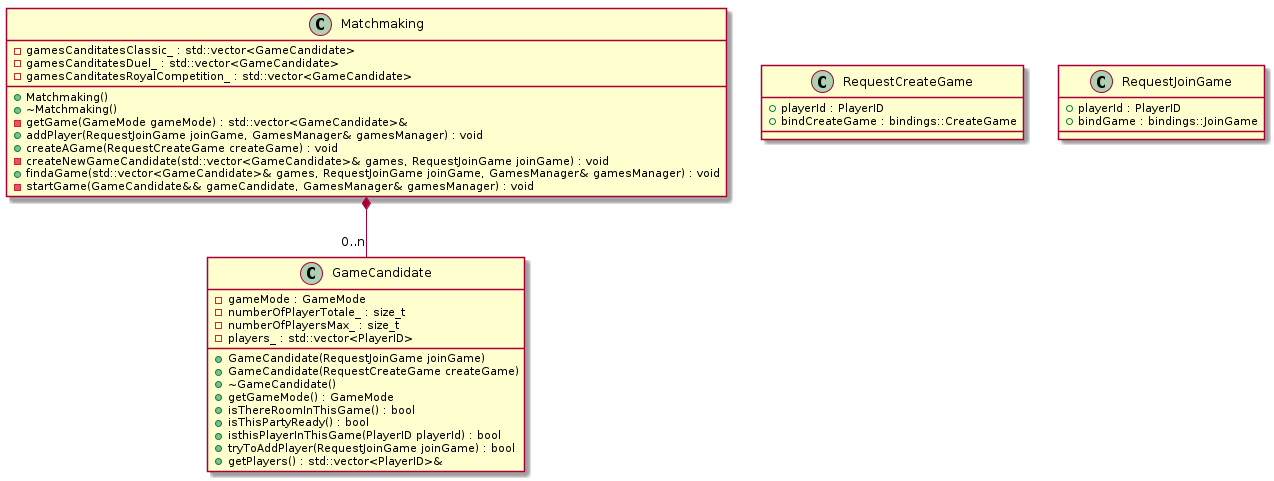
Before: res/uml/class/MatchMakingClass.png, a diagram exported from PlantUML (ulb-info2-group5/Royal-Blocks). Its source is kept beside it as doc/uml/class/server/MatchMakingClass.plantuml.
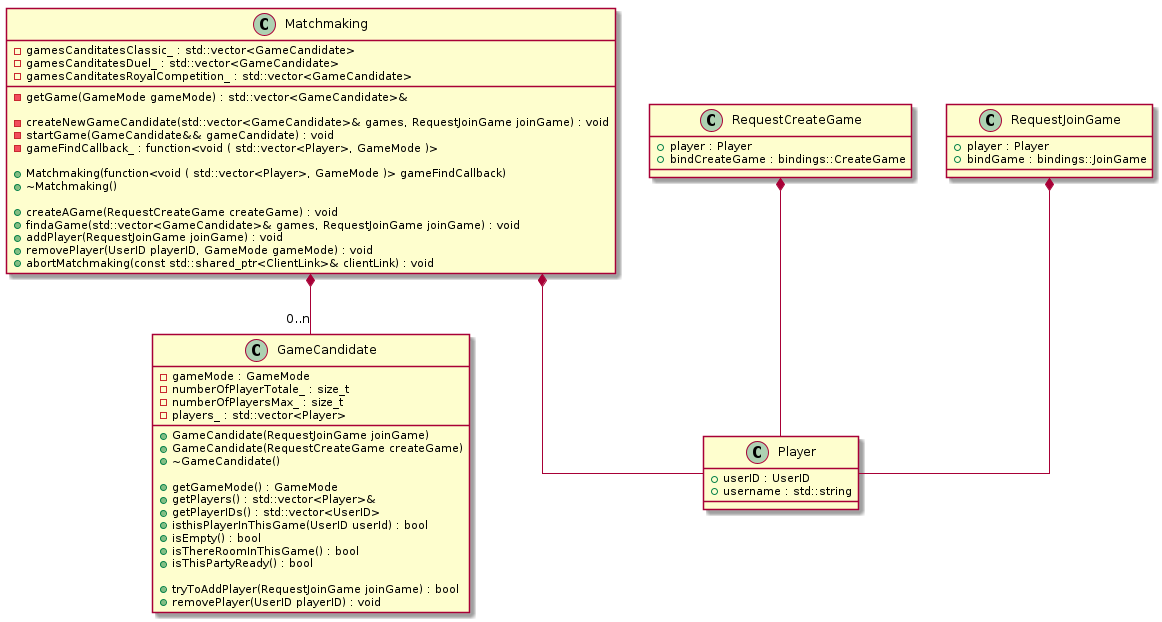
Above is the later version.

The edit, as a diff of the source:
```diff
@@ -3,45 +3,71 @@
 skinparam linetype ortho
 
 class Matchmaking {
-	+Matchmaking()
-	+~Matchmaking()
 	-gamesCanditatesClassic_ : std::vector<GameCandidate>
 	-gamesCanditatesDuel_ : std::vector<GameCandidate>
 	-gamesCanditatesRoyalCompetition_ : std::vector<GameCandidate>
+
 	-getGame(GameMode gameMode) : std::vector<GameCandidate>&
-	+addPlayer(RequestJoinGame joinGame, GamesManager& gamesManager) : void
+
+	-createNewGameCandidate(std::vector<GameCandidate>& games, RequestJoinGame joinGame) : void
+	-startGame(GameCandidate&& gameCandidate) : void
+	-gameFindCallback_ : function<void ( std::vector<Player>, GameMode )>
+
+	+Matchmaking(function<void ( std::vector<Player>, GameMode )> gameFindCallback)
+	+~Matchmaking()
+
 	+createAGame(RequestCreateGame createGame) : void
-	-createNewGameCandidate(std::vector<GameCandidate>& games, RequestJoinGame joinGame) : void
-	+findaGame(std::vector<GameCandidate>& games, RequestJoinGame joinGame, GamesManager& gamesManager) : void
-	-startGame(GameCandidate&& gameCandidate, GamesManager& gamesManager) : void
+	+findaGame(std::vector<GameCandidate>& games, RequestJoinGame joinGame) : void
+	+addPlayer(RequestJoinGame joinGame) : void
+	+removePlayer(UserID playerID, GameMode gameMode) : void
+	+abortMatchmaking(const std::shared_ptr<ClientLink>& clientLink) : void
 }
 
+
 class GameCandidate {
+	-gameMode : GameMode
+	-numberOfPlayerTotale_ : size_t
+	-numberOfPlayersMax_ : size_t
+	-players_ : std::vector<Player>
+
 	+GameCandidate(RequestJoinGame joinGame)
 	+GameCandidate(RequestCreateGame createGame)
 	+~GameCandidate()
-	-gameMode : GameMode
+
 	+getGameMode() : GameMode
+	+getPlayers() : std::vector<Player>&
+	+getPlayerIDs() : std::vector<UserID>
+	+isthisPlayerInThisGame(UserID userId) : bool
+	+isEmpty() : bool
 	+isThereRoomInThisGame() : bool
 	+isThisPartyReady() : bool
-	+isthisPlayerInThisGame(PlayerID playerId) : bool
+
 	+tryToAddPlayer(RequestJoinGame joinGame) : bool
-	-numberOfPlayerTotale_ : size_t
-	-numberOfPlayersMax_ : size_t
-	-players_ : std::vector<PlayerID>
-	+getPlayers() : std::vector<PlayerID>&
+	+removePlayer(UserID playerID) : void
+}
+
+class Player {
+	+userID : UserID
+	+username : std::string
 }
 
 class RequestCreateGame {
-	+playerId : PlayerID
+	+player : Player
 	+bindCreateGame : bindings::CreateGame
 }
 
 
 class RequestJoinGame {
-	+playerId : PlayerID
+	+player : Player
 	+bindGame : bindings::JoinGame
 }
 
 Matchmaking *-- "0..n" GameCandidate
+
+Matchmaking *-- Player
+
+RequestCreateGame *-- Player
+
+RequestJoinGame *-- Player
+
 @enduml
```
